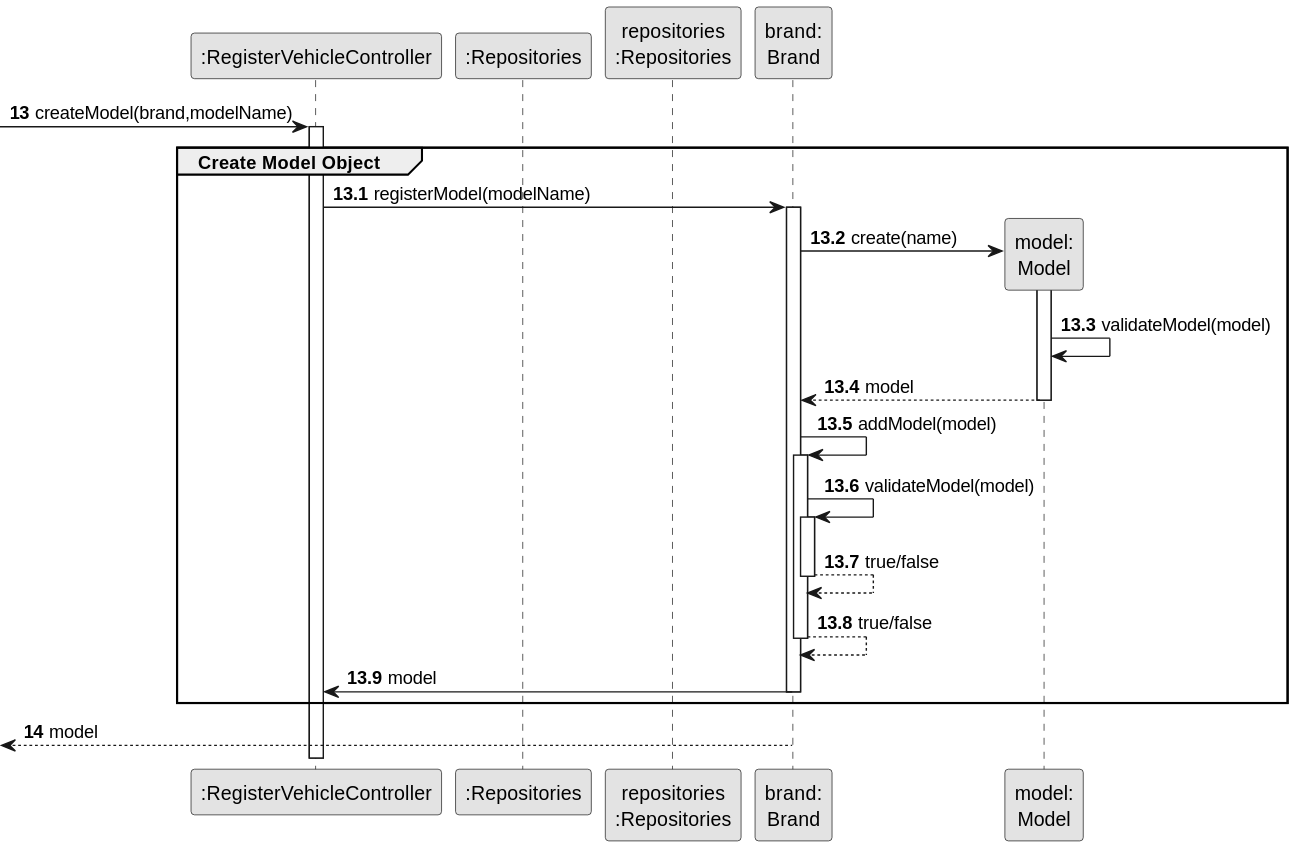
Before: docs/sprint2/us06/03.design/svg/us06-sequence-diagram-partial-create-model.svg, a diagram exported from PlantUML (Departamento-de-Engenharia-Informatica/lei-24-s2-1db-g022).
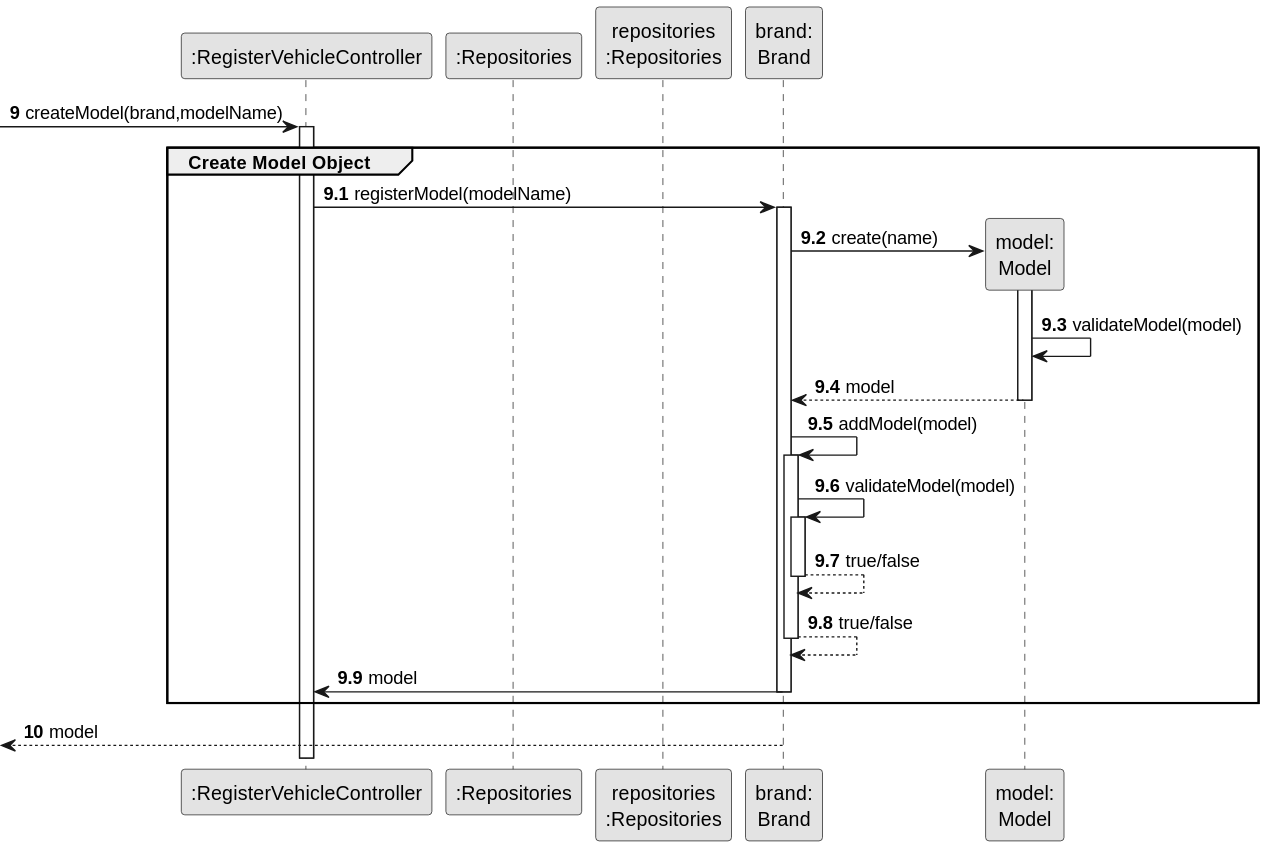
After the change.

Commit message:
rectification of US06 sequence diagram

The edit, as a diff of the source:
```diff
@@ -9,10 +9,10 @@
 participant "brand:\nBrand" as Brand
 participant "model:\nModel" as Model
 
-autonumber 13
+autonumber 9
 -> CTRL: createModel(brand,modelName)
 
-autonumber 13.1
+autonumber 9.1
 activate CTRL
     group Create Model Object
 
@@ -44,7 +44,7 @@
         deactivate Brand
     end
 
-    autonumber 14
+    autonumber 10
     <-- Brand : model
 deactivate Brand
 @enduml
```
